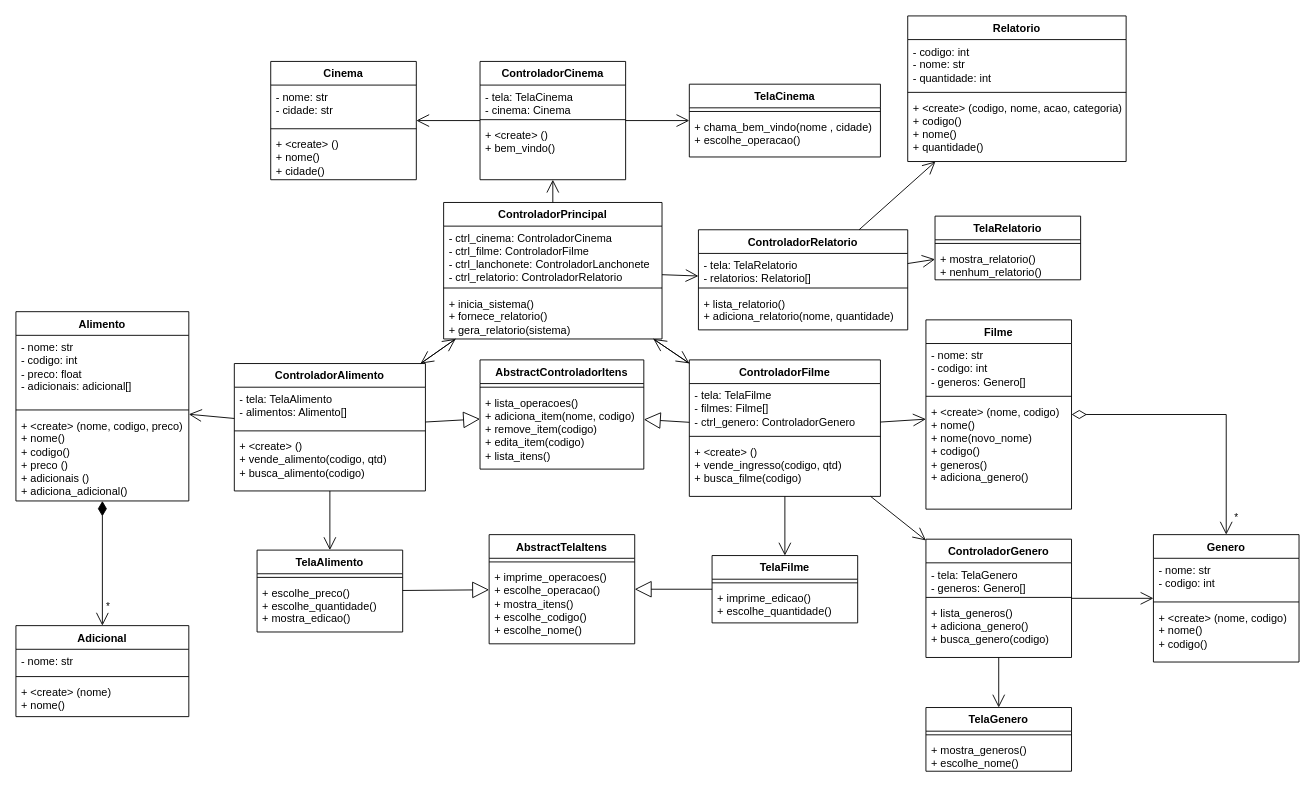
This is ModelagemCinema.drawio from Gustavo-kohler/TrabalhoDSO, a draw.io file, before an edit. Source tidied: cells renumbered, new cells numbered last; positions are measured from the earlier drawing's top-left corner, leaving out a move shared by most shapes. Both pictures are drawn from the tidied source at 91%, with x=0, y=0 at pixel (15, 15).
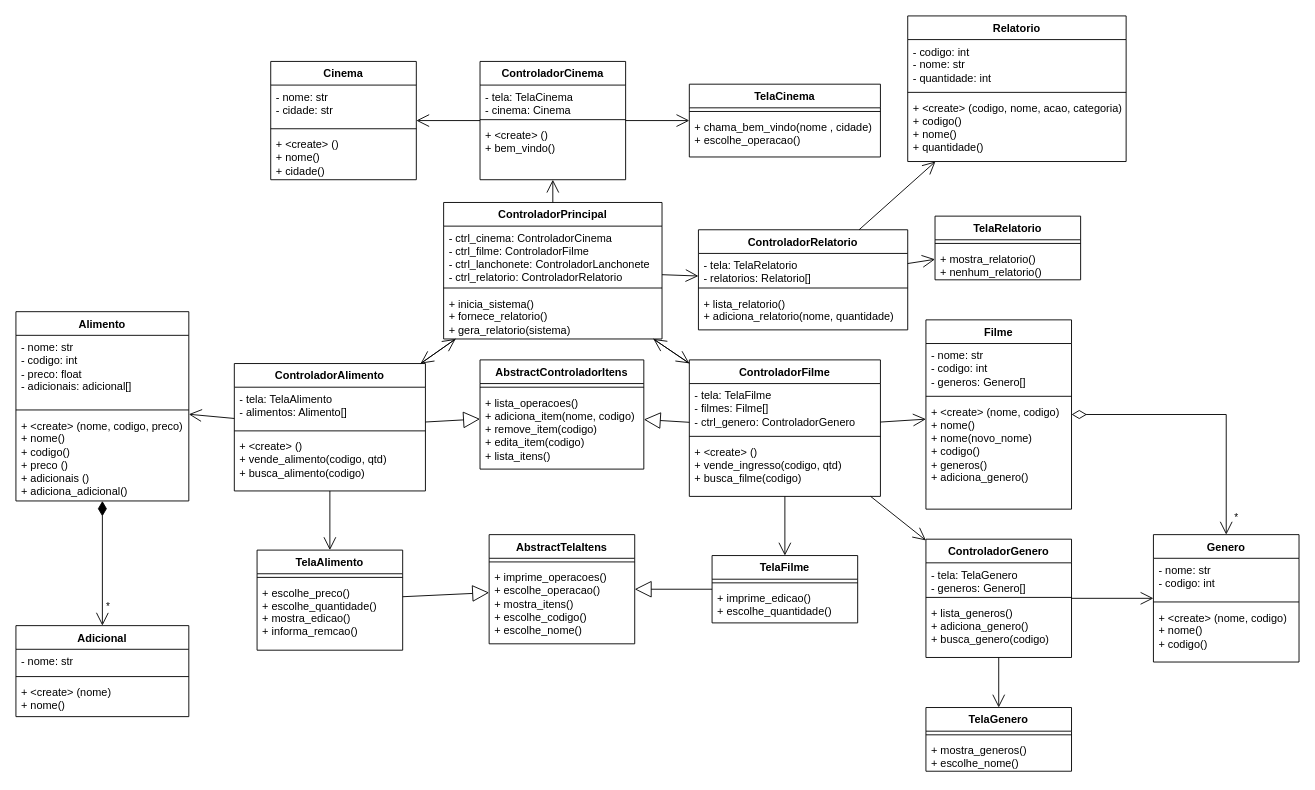
Above is the later version.

Commit message:
adicionado metodo a tela alimento

The edit, as a diff of the source:
```diff
@@
     <mxCell id="93" value="TelaAlimento" style="swimlane;fontStyle=1;align=center;verticalAlign=top;horizontal=1;startSize=26;" parent="1" vertex="1">
-      <mxGeometry x="265" y="587" width="160" height="90" as="geometry" />
+      <mxGeometry x="265" y="587" width="160" height="110" as="geometry" />
     </mxCell>
@@
-    <mxCell id="95" value="+ escolhe_preco()&#10;+ escolhe_quantidade()&#10;+ mostra_edicao()" style="text;strokeColor=none;fillColor=none;align=left;verticalAlign=top;spacingLeft=4;spacingRight=4;overflow=hidden;" parent="93" vertex="1">
-      <mxGeometry y="34" width="160" height="56" as="geometry" />
+    <mxCell id="95" value="+ escolhe_preco()&#10;+ escolhe_quantidade()&#10;+ mostra_edicao()&#10;+ informa_remcao()" style="text;strokeColor=none;fillColor=none;align=left;verticalAlign=top;spacingLeft=4;spacingRight=4;overflow=hidden;" parent="93" vertex="1">
+      <mxGeometry y="34" width="160" height="76" as="geometry" />
     </mxCell>
```
